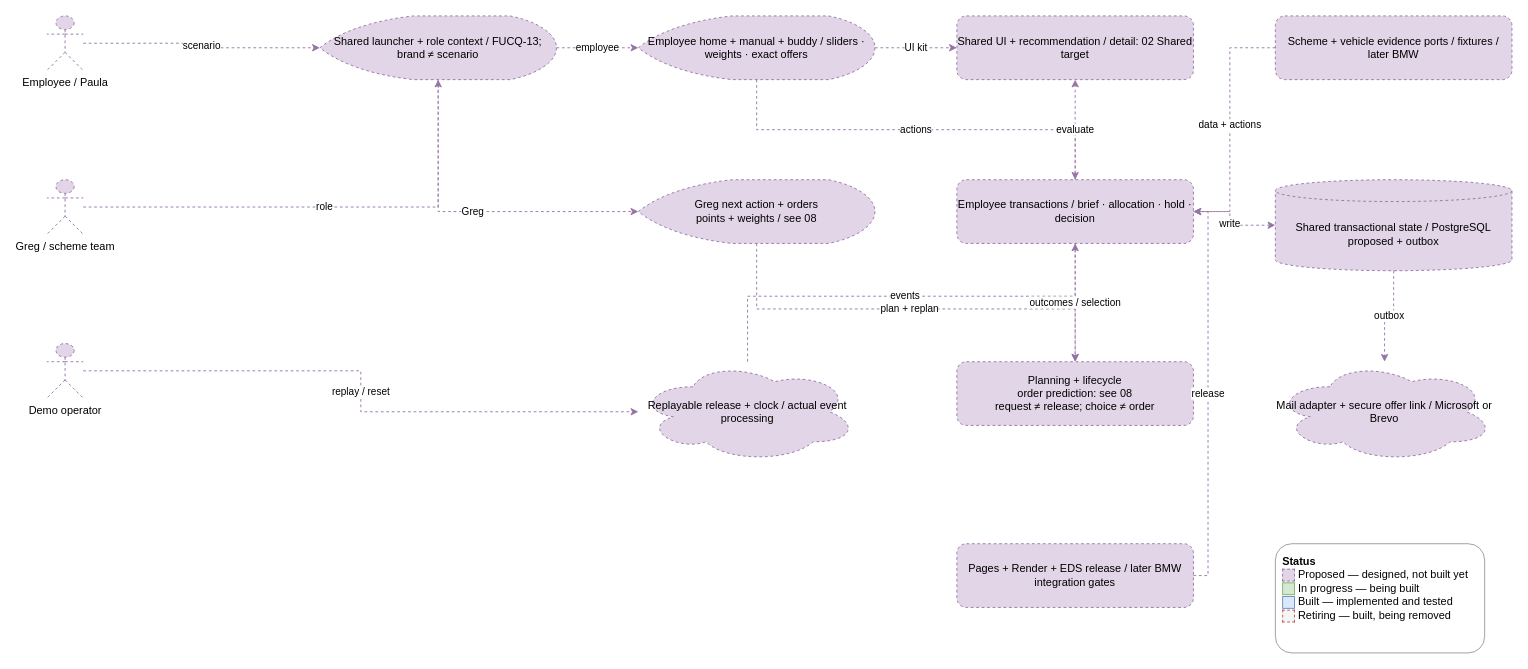
Before: page "00 GCSP architecture" (1 of 11) of docs/design/high-level-design.drawio in garyscarter-ibm/vehicle-matcher, a draw.io diagram. Source tidied: cells renumbered, new cells numbered last; positions are measured from the earlier drawing's top-left corner, leaving out a move shared by most shapes. Both pictures are drawn from the tidied source at 91%, with x=0, y=0 at pixel (46, 15).
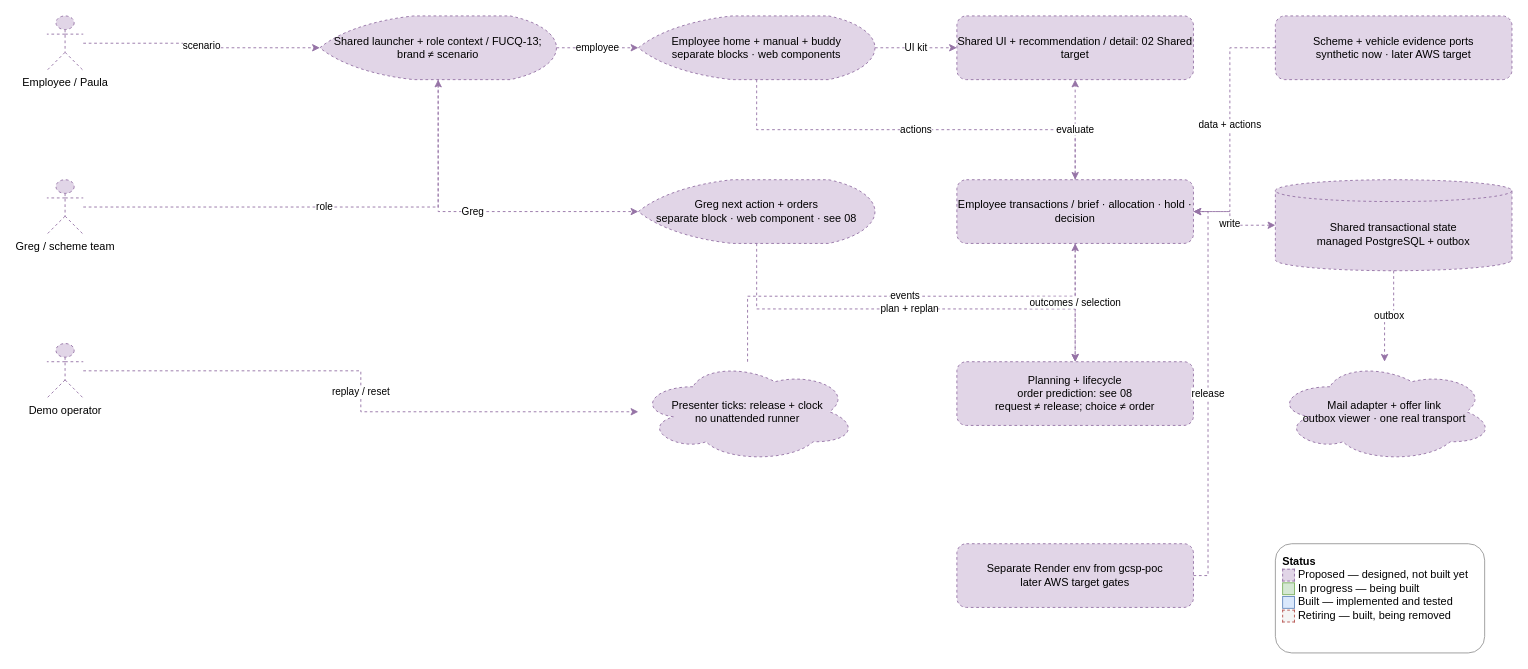
After the change.

Diff of the diagram source:
```diff
@@
-    <mxCell id="6" value="Employee home + manual + buddy / sliders · weights · exact offers" style="shape=mxgraph.flowchart.display;whiteSpace=wrap;html=1;strokeColor=#9673a6;dashed=1;fillColor=#e1d5e7;" parent="1" vertex="1">
+    <mxCell id="6" value="Employee home + manual + buddy&lt;br&gt;separate blocks · web components" style="shape=mxgraph.flowchart.display;whiteSpace=wrap;html=1;strokeColor=#9673a6;dashed=1;fillColor=#e1d5e7;" parent="1" vertex="1">
       <mxGeometry x="650" width="260" height="70" as="geometry" />
     </mxCell>
-    <mxCell id="7" value="Greg next action + orders&lt;br&gt;points + weights / see 08" style="shape=mxgraph.flowchart.display;whiteSpace=wrap;html=1;strokeColor=#9673a6;dashed=1;fillColor=#e1d5e7;" parent="1" vertex="1">
+    <mxCell id="7" value="Greg next action + orders&lt;br&gt;separate block · web component · see 08" style="shape=mxgraph.flowchart.display;whiteSpace=wrap;html=1;strokeColor=#9673a6;dashed=1;fillColor=#e1d5e7;" parent="1" vertex="1">
       <mxGeometry x="650" y="180" width="260" height="70" as="geometry" />
     </mxCell>
@@
-    <mxCell id="10" value="Scheme + vehicle evidence ports / fixtures / later BMW" style="rounded=1;whiteSpace=wrap;html=1;strokeColor=#9673a6;dashed=1;fillColor=#e1d5e7;" parent="1" vertex="1">
+    <mxCell id="10" value="Scheme + vehicle evidence ports&lt;br&gt;synthetic now · later AWS target" style="rounded=1;whiteSpace=wrap;html=1;strokeColor=#9673a6;dashed=1;fillColor=#e1d5e7;" parent="1" vertex="1">
       <mxGeometry x="1350" width="260" height="70" as="geometry" />
     </mxCell>
-    <mxCell id="11" value="Shared transactional state / PostgreSQL proposed + outbox" style="shape=cylinder3;whiteSpace=wrap;html=1;boundedLbl=1;size=12;strokeColor=#9673a6;dashed=1;fillColor=#e1d5e7;" parent="1" vertex="1">
+    <mxCell id="11" value="Shared transactional state&lt;br&gt;managed PostgreSQL + outbox" style="shape=cylinder3;whiteSpace=wrap;html=1;boundedLbl=1;size=12;strokeColor=#9673a6;dashed=1;fillColor=#e1d5e7;" parent="1" vertex="1">
       <mxGeometry x="1350" y="180" width="260" height="100" as="geometry" />
     </mxCell>
-    <mxCell id="12" value="Replayable release + clock / actual event processing" style="ellipse;shape=cloud;whiteSpace=wrap;html=1;strokeColor=#9673a6;dashed=1;fillColor=#e1d5e7;" parent="1" vertex="1">
+    <mxCell id="12" value="Presenter ticks: release + clock&lt;br&gt;no unattended runner" style="ellipse;shape=cloud;whiteSpace=wrap;html=1;strokeColor=#9673a6;dashed=1;fillColor=#e1d5e7;" parent="1" vertex="1">
       <mxGeometry x="650" y="380" width="240" height="110" as="geometry" />
     </mxCell>
-    <mxCell id="13" value="Mail adapter + secure offer link / Microsoft or Brevo" style="ellipse;shape=cloud;whiteSpace=wrap;html=1;strokeColor=#9673a6;dashed=1;fillColor=#e1d5e7;" parent="1" vertex="1">
+    <mxCell id="13" value="Mail adapter + offer link&lt;br&gt;outbox viewer · one real transport" style="ellipse;shape=cloud;whiteSpace=wrap;html=1;strokeColor=#9673a6;dashed=1;fillColor=#e1d5e7;" parent="1" vertex="1">
       <mxGeometry x="1350" y="380" width="240" height="110" as="geometry" />
     </mxCell>
@@
-    <mxCell id="15" value="Pages + Render + EDS release / later BMW integration gates" style="rounded=1;whiteSpace=wrap;html=1;strokeColor=#9673a6;dashed=1;fillColor=#e1d5e7;" parent="1" vertex="1">
+    <mxCell id="15" value="Separate Render env from gcsp-poc&lt;br&gt;later AWS target gates" style="rounded=1;whiteSpace=wrap;html=1;strokeColor=#9673a6;dashed=1;fillColor=#e1d5e7;" parent="1" vertex="1">
       <mxGeometry x="1000" y="580" width="260" height="70" as="geometry" />
     </mxCell>
```
